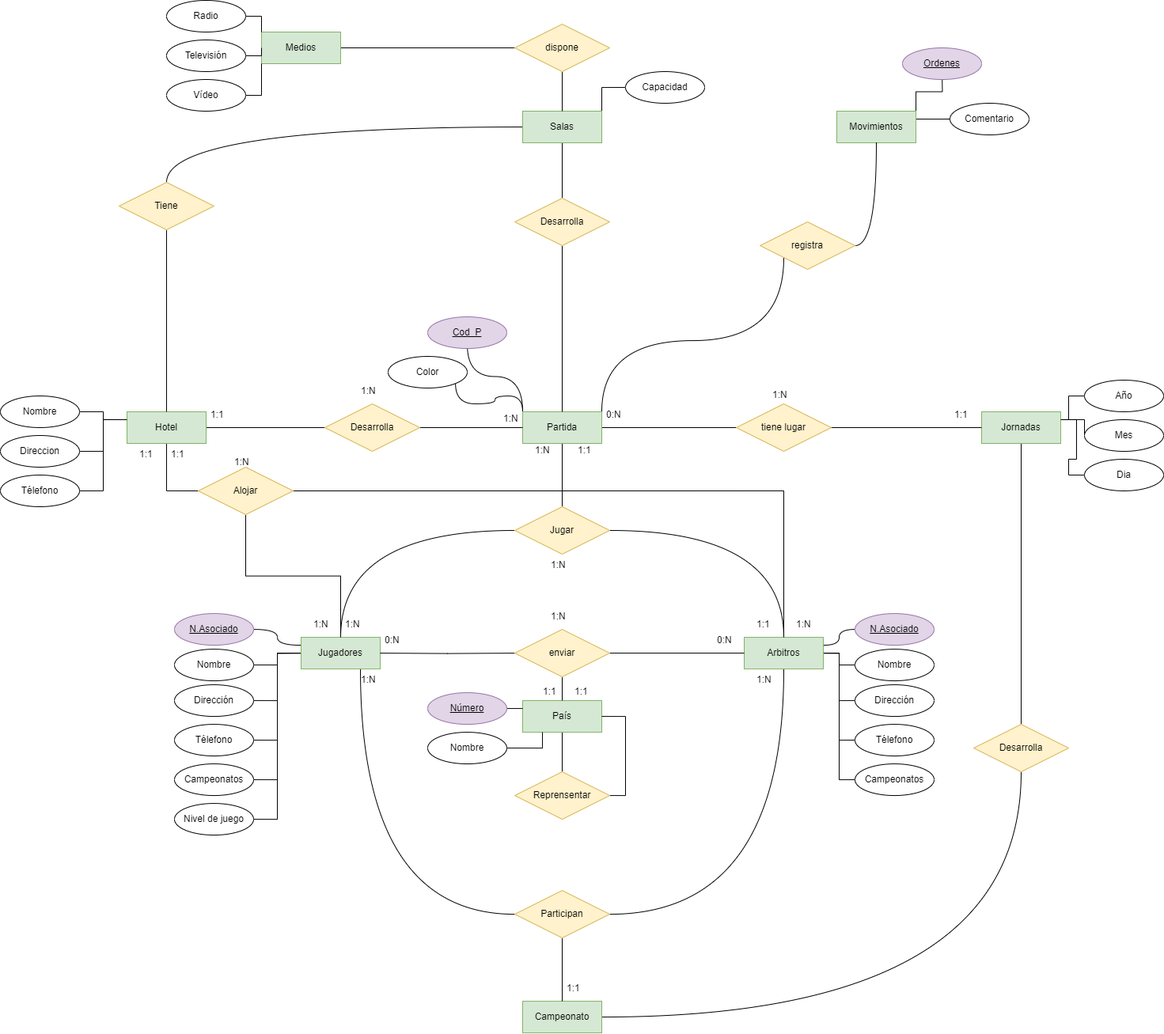
Earlier version of the draw.io export Unidad-1/Tareas/Tarea-evaluable2/tarea_evaluable2.drawio.png (jdrguez/2-Daw). Source tidied: cells renumbered, new cells last; positions are measured from the earlier drawing's top-left corner, leaving out a move shared by most shapes.
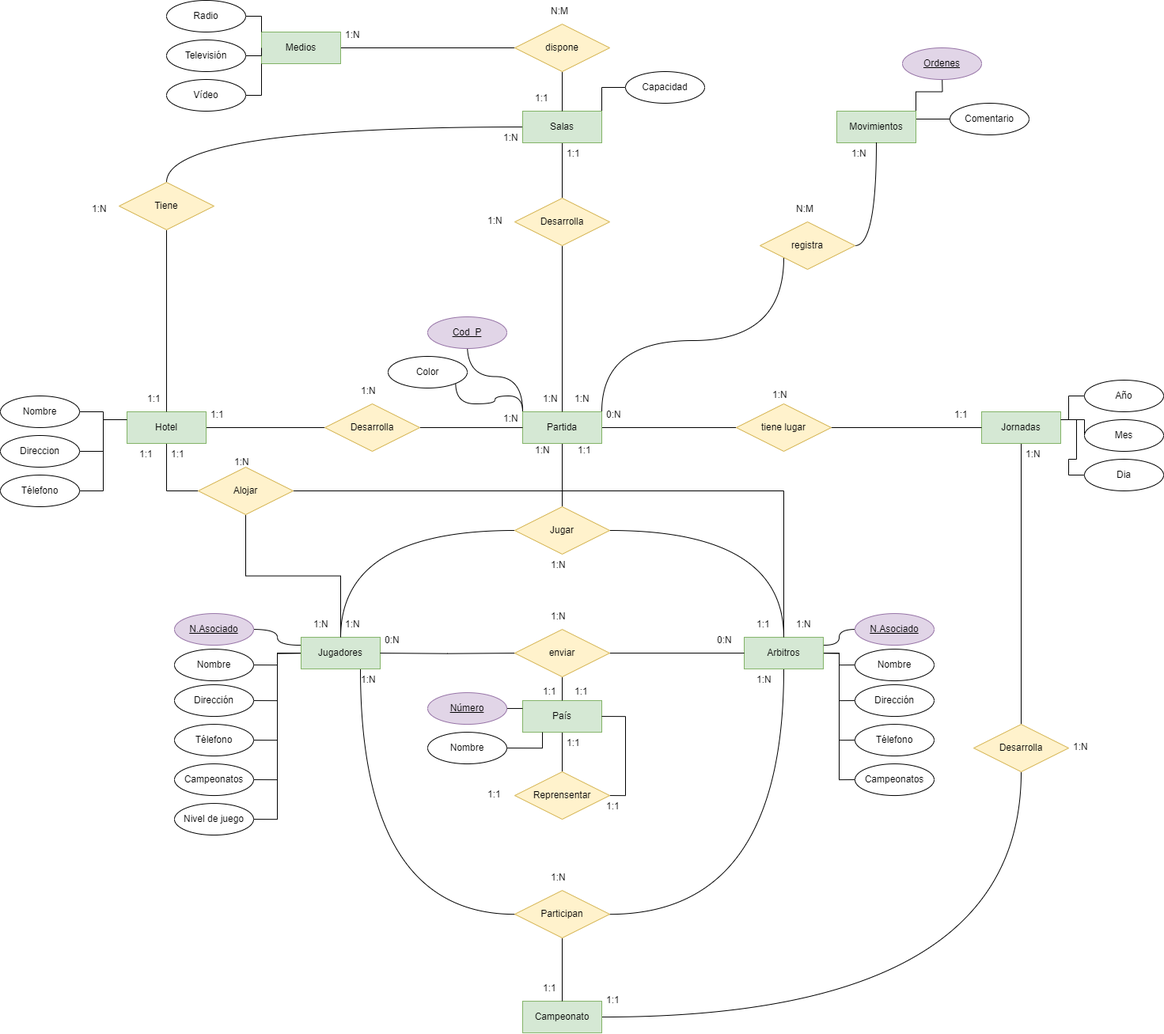
The same file after the commit.

Diff of the diagram source:
```diff
@@ -344,7 +344,7 @@
       <mxGeometry x="450" y="845.1" width="40" height="30" as="geometry" />
     </mxCell>
     <mxCell id="113" value="1:1" style="text;strokeColor=none;fillColor=none;spacingLeft=4;spacingRight=4;overflow=hidden;fontSize=12;whiteSpace=wrap;html=1;" parent="1" vertex="1">
-      <mxGeometry x="710" y="1235.1" width="40" height="30" as="geometry" />
+      <mxGeometry x="680" y="1235.1" width="40" height="30" as="geometry" />
     </mxCell>
     <mxCell id="114" value="1:N" style="text;strokeColor=none;fillColor=none;spacingLeft=4;spacingRight=4;overflow=hidden;fontSize=12;whiteSpace=wrap;html=1;" parent="1" vertex="1">
       <mxGeometry x="670" y="555" width="40" height="30" as="geometry" />
@@ -394,5 +394,62 @@
     <mxCell id="129" value="1:N" style="text;strokeColor=none;fillColor=none;spacingLeft=4;spacingRight=4;overflow=hidden;fontSize=12;whiteSpace=wrap;html=1;" parent="1" vertex="1">
       <mxGeometry x="290" y="570" width="40" height="30" as="geometry" />
     </mxCell>
+    <mxCell id="130" value="1:N" style="text;strokeColor=none;fillColor=none;spacingLeft=4;spacingRight=4;overflow=hidden;fontSize=12;whiteSpace=wrap;html=1;" parent="1" vertex="1">
+      <mxGeometry x="680" y="490" width="40" height="30" as="geometry" />
+    </mxCell>
+    <mxCell id="131" value="1:1" style="text;strokeColor=none;fillColor=none;spacingLeft=4;spacingRight=4;overflow=hidden;fontSize=12;whiteSpace=wrap;html=1;" parent="1" vertex="1">
+      <mxGeometry x="710" y="180" width="40" height="30" as="geometry" />
+    </mxCell>
+    <mxCell id="132" value="1:N" style="text;strokeColor=none;fillColor=none;spacingLeft=4;spacingRight=4;overflow=hidden;fontSize=12;whiteSpace=wrap;html=1;" parent="1" vertex="1">
+      <mxGeometry x="610" y="265" width="40" height="30" as="geometry" />
+    </mxCell>
+    <mxCell id="133" value="1:N" style="text;strokeColor=none;fillColor=none;spacingLeft=4;spacingRight=4;overflow=hidden;fontSize=12;whiteSpace=wrap;html=1;" parent="1" vertex="1">
+      <mxGeometry x="720" y="490" width="40" height="30" as="geometry" />
+    </mxCell>
+    <mxCell id="134" value="1:N" style="text;strokeColor=none;fillColor=none;spacingLeft=4;spacingRight=4;overflow=hidden;fontSize=12;whiteSpace=wrap;html=1;" parent="1" vertex="1">
+      <mxGeometry x="1070" y="180" width="40" height="30" as="geometry" />
+    </mxCell>
+    <mxCell id="135" value="N:M" style="text;strokeColor=none;fillColor=none;spacingLeft=4;spacingRight=4;overflow=hidden;fontSize=12;whiteSpace=wrap;html=1;" parent="1" vertex="1">
+      <mxGeometry x="1000" y="250" width="40" height="30" as="geometry" />
+    </mxCell>
+    <mxCell id="136" value="1:N" style="text;strokeColor=none;fillColor=none;spacingLeft=4;spacingRight=4;overflow=hidden;fontSize=12;whiteSpace=wrap;html=1;" parent="1" vertex="1">
+      <mxGeometry x="430" y="30" width="40" height="30" as="geometry" />
+    </mxCell>
+    <mxCell id="137" value="1:1" style="text;strokeColor=none;fillColor=none;spacingLeft=4;spacingRight=4;overflow=hidden;fontSize=12;whiteSpace=wrap;html=1;" parent="1" vertex="1">
+      <mxGeometry x="670" y="110" width="40" height="30" as="geometry" />
+    </mxCell>
+    <mxCell id="138" value="N:M" style="text;strokeColor=none;fillColor=none;spacingLeft=4;spacingRight=4;overflow=hidden;fontSize=12;whiteSpace=wrap;html=1;" parent="1" vertex="1">
+      <mxGeometry x="690" width="40" height="30" as="geometry" />
+    </mxCell>
+    <mxCell id="139" value="1:N" style="text;strokeColor=none;fillColor=none;spacingLeft=4;spacingRight=4;overflow=hidden;fontSize=12;whiteSpace=wrap;html=1;" parent="1" vertex="1">
+      <mxGeometry x="630" y="160" width="40" height="30" as="geometry" />
+    </mxCell>
+    <mxCell id="140" value="1:1" style="text;strokeColor=none;fillColor=none;spacingLeft=4;spacingRight=4;overflow=hidden;fontSize=12;whiteSpace=wrap;html=1;" parent="1" vertex="1">
+      <mxGeometry x="180" y="490" width="40" height="30" as="geometry" />
+    </mxCell>
+    <mxCell id="141" value="1:N" style="text;strokeColor=none;fillColor=none;spacingLeft=4;spacingRight=4;overflow=hidden;fontSize=12;whiteSpace=wrap;html=1;" parent="1" vertex="1">
+      <mxGeometry x="110" y="250" width="40" height="30" as="geometry" />
+    </mxCell>
+    <mxCell id="142" value="1:N" style="text;strokeColor=none;fillColor=none;spacingLeft=4;spacingRight=4;overflow=hidden;fontSize=12;whiteSpace=wrap;html=1;" parent="1" vertex="1">
+      <mxGeometry x="690" y="1095.1" width="40" height="30" as="geometry" />
+    </mxCell>
+    <mxCell id="143" value="1:N" style="text;strokeColor=none;fillColor=none;spacingLeft=4;spacingRight=4;overflow=hidden;fontSize=12;whiteSpace=wrap;html=1;" parent="1" vertex="1">
+      <mxGeometry x="1290" y="560" width="40" height="30" as="geometry" />
+    </mxCell>
+    <mxCell id="144" value="1:1" style="text;strokeColor=none;fillColor=none;spacingLeft=4;spacingRight=4;overflow=hidden;fontSize=12;whiteSpace=wrap;html=1;" parent="1" vertex="1">
+      <mxGeometry x="760" y="1250" width="40" height="30" as="geometry" />
+    </mxCell>
+    <mxCell id="145" value="1:N" style="text;strokeColor=none;fillColor=none;spacingLeft=4;spacingRight=4;overflow=hidden;fontSize=12;whiteSpace=wrap;html=1;" parent="1" vertex="1">
+      <mxGeometry x="1350" y="930.1" width="40" height="30" as="geometry" />
+    </mxCell>
+    <mxCell id="146" value="1:1" style="text;strokeColor=none;fillColor=none;spacingLeft=4;spacingRight=4;overflow=hidden;fontSize=12;whiteSpace=wrap;html=1;" parent="1" vertex="1">
+      <mxGeometry x="760" y="1005.1" width="40" height="30" as="geometry" />
+    </mxCell>
+    <mxCell id="147" value="1:1" style="text;strokeColor=none;fillColor=none;spacingLeft=4;spacingRight=4;overflow=hidden;fontSize=12;whiteSpace=wrap;html=1;" parent="1" vertex="1">
+      <mxGeometry x="710" y="925.1" width="40" height="30" as="geometry" />
+    </mxCell>
+    <mxCell id="148" value="1:1" style="text;strokeColor=none;fillColor=none;spacingLeft=4;spacingRight=4;overflow=hidden;fontSize=12;whiteSpace=wrap;html=1;" parent="1" vertex="1">
+      <mxGeometry x="610" y="990.1" width="40" height="30" as="geometry" />
+    </mxCell>
   </root>
 </mxGraphModel>
```
